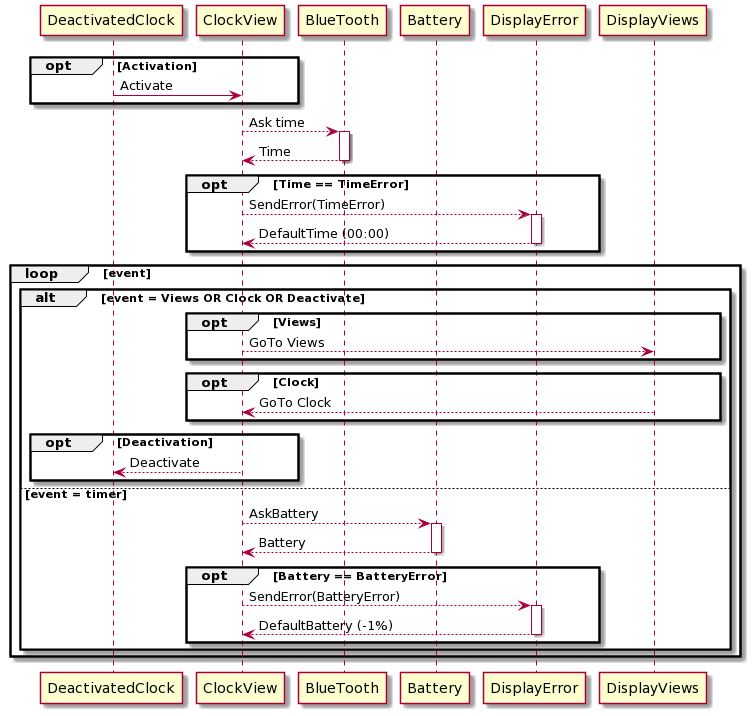
markroche92/sw-eng-smart-watch keeps this PlantUML diagram as uml/sequence_diagrams/ClockView.png. Above is the earlier version. Source of this version:
```plantuml
@startuml
participant DeactivatedClock
participant ClockView
participant BlueTooth
participant Battery
participant DisplayError
participant DisplayViews

opt Activation
  DeactivatedClock -> ClockView:  Activate
end
ClockView --> BlueTooth: Ask time
Activate BlueTooth
BlueTooth --> ClockView: Time
Deactivate BlueTooth
opt Time == TimeError
  ClockView --> DisplayError : SendError(TimeError)
  Activate DisplayError
  DisplayError --> ClockView : DefaultTime (00:00)
  Deactivate DisplayError
end
loop event
alt event = Views OR Clock OR Deactivate
opt Views
  ClockView --> DisplayViews : GoTo Views
end
opt Clock
  DisplayViews --> ClockView : GoTo Clock
end
opt Deactivation
  ClockView --> DeactivatedClock : Deactivate
end
else event = timer
ClockView --> Battery: AskBattery
Activate Battery
Battery --> ClockView: Battery
Deactivate Battery
opt Battery == BatteryError
  ClockView --> DisplayError : SendError(BatteryError)
  Activate DisplayError
  DisplayError --> ClockView : DefaultBattery (-1%)
  Deactivate DisplayError
end
end
end
@enduml
```
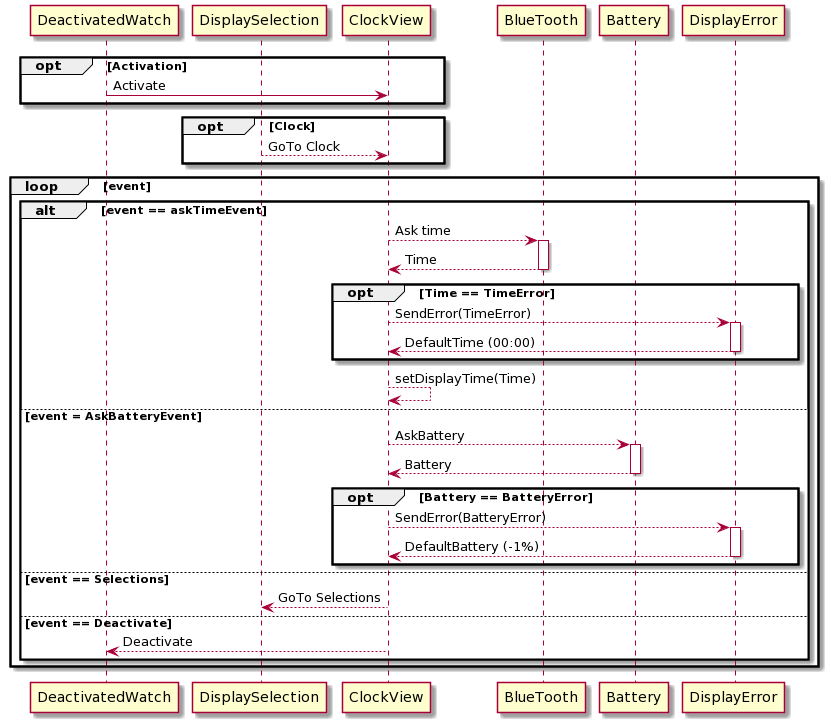
The same diagram one commit later.

Change to the diagram source:
```diff
@@ -1,14 +1,20 @@
 @startuml
-participant DeactivatedClock
+participant DeactivatedWatch
+participant DisplaySelection
 participant ClockView
 participant BlueTooth
 participant Battery
 participant DisplayError
-participant DisplayViews
+
 
 opt Activation
-  DeactivatedClock -> ClockView:  Activate
+  DeactivatedWatch -> ClockView:  Activate
 end
+opt Clock
+  DisplaySelection --> ClockView : GoTo Clock
+end
+loop event
+alt event == askTimeEvent
 ClockView --> BlueTooth: Ask time
 Activate BlueTooth
 BlueTooth --> ClockView: Time
@@ -19,18 +25,8 @@
   DisplayError --> ClockView : DefaultTime (00:00)
   Deactivate DisplayError
 end
-loop event
-alt event = Views OR Clock OR Deactivate
-opt Views
-  ClockView --> DisplayViews : GoTo Views
-end
-opt Clock
-  DisplayViews --> ClockView : GoTo Clock
-end
-opt Deactivation
-  ClockView --> DeactivatedClock : Deactivate
-end
-else event = timer
+ClockView --> ClockView: setDisplayTime(Time)
+else event = AskBatteryEvent
 ClockView --> Battery: AskBattery
 Activate Battery
 Battery --> ClockView: Battery
@@ -41,6 +37,10 @@
   DisplayError --> ClockView : DefaultBattery (-1%)
   Deactivate DisplayError
 end
+else event == Selections
+  ClockView --> DisplaySelection : GoTo Selections
+else event == Deactivate
+  ClockView --> DeactivatedWatch : Deactivate
 end
 end
 @enduml
```
